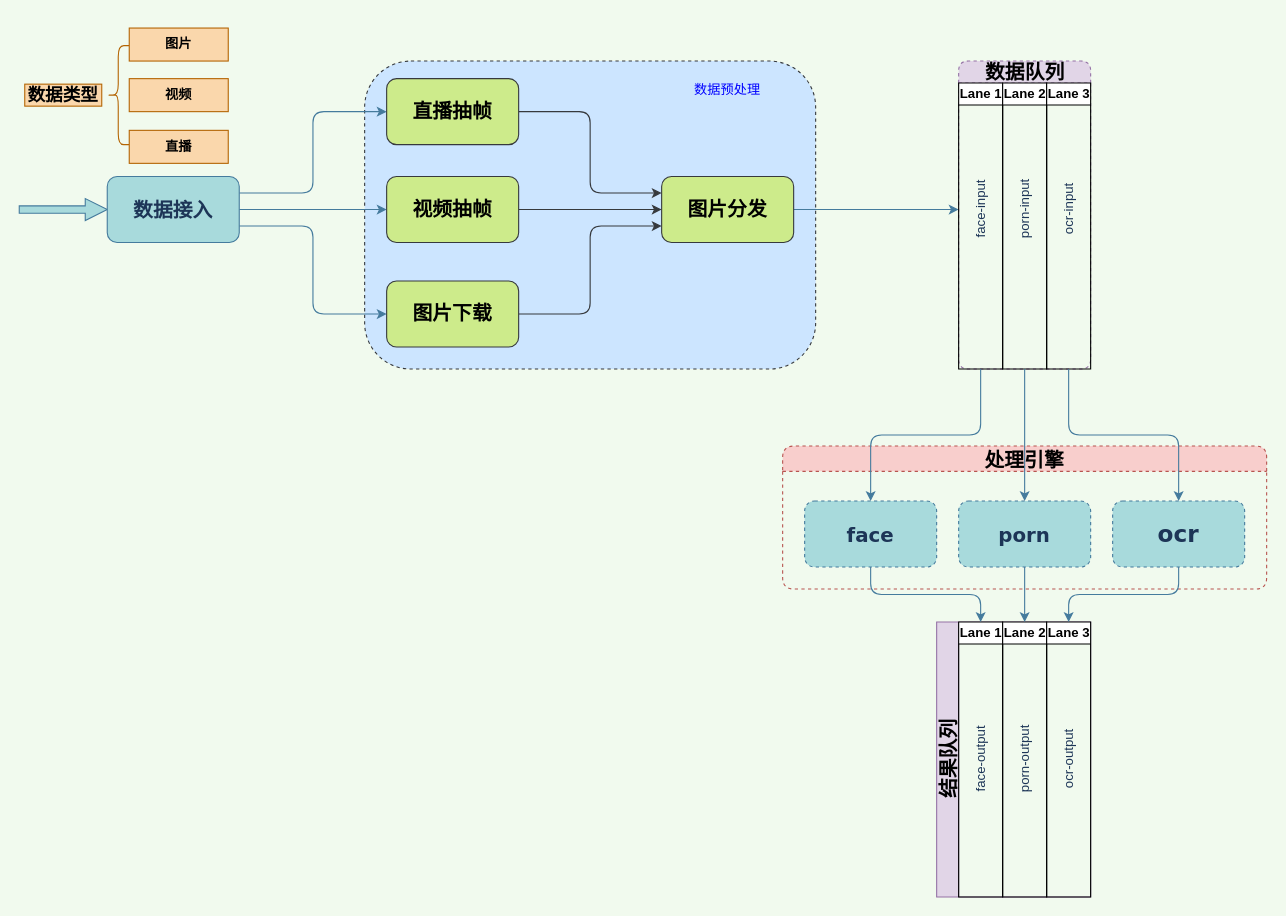
Above: engine_system/engine_system_architecture.drawio in xwzj01ht/diagrams (draw.io), before the change. Source tidied: cells renumbered, new cells numbered last; positions are measured from the earlier drawing's top-left corner, leaving out a move shared by most shapes. Both pictures are drawn from the tidied source at 110%, with x=0, y=0 at pixel (19, 28).
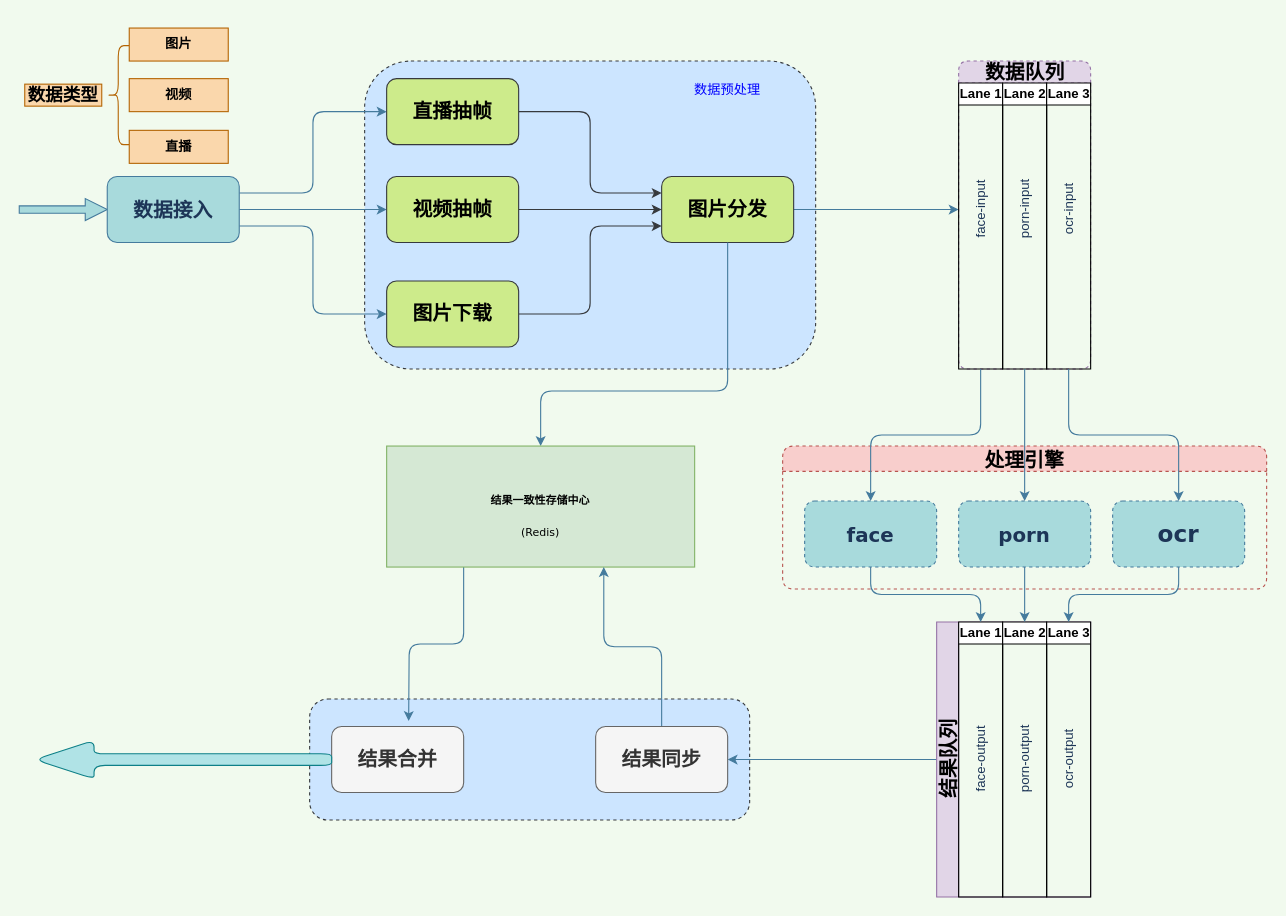
After the change.

Commit message:
一致性结果存储、结果合并

Unchanged cells that the change refers to:
```xml
<mxCell id="20" value="&lt;h3 style=&quot;font-size: 18px&quot;&gt;图片分发&lt;/h3&gt;" style="rounded=1;whiteSpace=wrap;html=1;sketch=0;strokeColor=#36393d;fillColor=#cdeb8b;" parent="1" vertex="1">
  <mxGeometry x="584" y="135" width="120" height="60" as="geometry" />
</mxCell>
<mxCell id="36" value="&lt;h3&gt;&lt;font style=&quot;font-size: 18px&quot; face=&quot;Verdana&quot;&gt;结果队列&lt;/font&gt;&lt;/h3&gt;" style="swimlane;html=1;startSize=20;horizontal=0;fillColor=#e1d5e7;strokeColor=#9673a6;" parent="1" vertex="1">
  <mxGeometry x="834" y="540" width="140" height="250" as="geometry" />
</mxCell>
```

The edit, as a diff of the source:
```diff
@@
+    <mxCell id="46" style="rounded=1;whiteSpace=wrap;html=1;strokeColor=#36393d;strokeWidth=1;fillColor=#cce5ff;dashed=1;" parent="1" vertex="1">
+      <mxGeometry x="264" y="610" width="400" height="110" as="geometry" />
+    </mxCell>
@@
+    <mxCell id="47" style="edgeStyle=orthogonalEdgeStyle;rounded=1;jettySize=auto;html=1;exitX=0;exitY=0.5;exitDx=0;exitDy=0;entryX=1;entryY=0.5;entryDx=0;entryDy=0;strokeColor=#457B9D;" parent="1" edge="1" source="36" target="52">
+      <mxGeometry relative="1" as="geometry" />
+    </mxCell>
@@
+    <mxCell id="48" style="edgeStyle=orthogonalEdgeStyle;rounded=1;jettySize=auto;html=1;strokeColor=#457B9D;entryX=0.5;entryY=0;entryDx=0;entryDy=0;" parent="1" edge="1" source="20" target="50">
+      <mxGeometry relative="1" as="geometry">
+        <Array as="points">
+          <mxPoint x="644" y="330" />
+          <mxPoint x="474" y="330" />
+        </Array>
+      </mxGeometry>
+    </mxCell>
+    <mxCell id="49" style="edgeStyle=orthogonalEdgeStyle;rounded=1;jettySize=auto;html=1;exitX=0.25;exitY=1;exitDx=0;exitDy=0;strokeColor=#457B9D;" parent="1" edge="1" source="50">
+      <mxGeometry relative="1" as="geometry">
+        <mxPoint x="354" y="630" as="targetPoint" />
+      </mxGeometry>
+    </mxCell>
+    <mxCell id="50" value="&lt;h3&gt;&lt;font face=&quot;Verdana&quot; size=&quot;1&quot;&gt;结果一致性存储中心&lt;/font&gt;&lt;/h3&gt;&lt;div&gt;&lt;font face=&quot;Verdana&quot; size=&quot;1&quot;&gt;(Redis)&lt;/font&gt;&lt;/div&gt;" style="rounded=0;whiteSpace=wrap;html=1;strokeColor=#82b366;strokeWidth=1;fillColor=#d5e8d4;" parent="1" vertex="1">
+      <mxGeometry x="334" y="380" width="280" height="110" as="geometry" />
+    </mxCell>
+    <mxCell id="51" style="edgeStyle=orthogonalEdgeStyle;rounded=1;jettySize=auto;html=1;exitX=0.5;exitY=0;exitDx=0;exitDy=0;entryX=0.705;entryY=1;entryDx=0;entryDy=0;entryPerimeter=0;strokeColor=#457B9D;" parent="1" edge="1" source="52" target="50">
+      <mxGeometry relative="1" as="geometry" />
+    </mxCell>
+    <mxCell id="52" value="&lt;h3 style=&quot;font-size: 18px&quot;&gt;&lt;font face=&quot;Verdana&quot;&gt;结果同步&lt;/font&gt;&lt;/h3&gt;" style="rounded=1;whiteSpace=wrap;html=1;strokeColor=#666666;strokeWidth=1;fillColor=#f5f5f5;fontColor=#333333;" parent="1" vertex="1">
+      <mxGeometry x="524" y="635" width="120" height="60" as="geometry" />
+    </mxCell>
+    <mxCell id="53" value="&lt;h3 style=&quot;font-size: 18px&quot;&gt;&lt;font face=&quot;Verdana&quot;&gt;结果合并&lt;/font&gt;&lt;/h3&gt;" style="rounded=1;whiteSpace=wrap;html=1;strokeColor=#666666;strokeWidth=1;fillColor=#f5f5f5;fontColor=#333333;" parent="1" vertex="1">
+      <mxGeometry x="284" y="635" width="120" height="60" as="geometry" />
+    </mxCell>
+    <mxCell id="54" style="shape=singleArrow;direction=west;whiteSpace=wrap;html=1;rounded=1;strokeColor=#0e8088;strokeWidth=1;fillColor=#b0e3e6;" parent="1" vertex="1">
+      <mxGeometry x="14" y="647.5" width="270" height="35" as="geometry" />
+    </mxCell>
```
